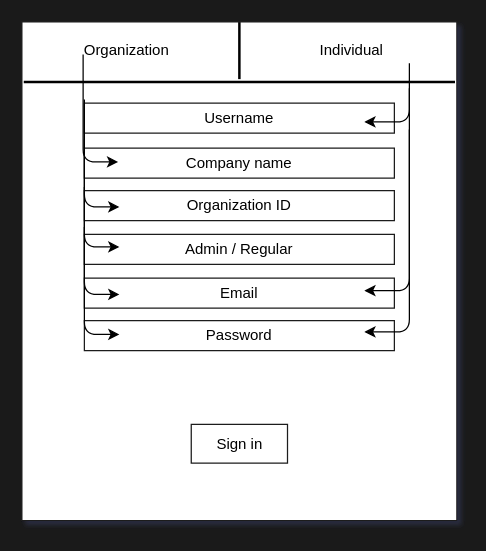
This is page "Sign in" (2 of 5) of app.drawio from StoilTomanov/task-manager, a draw.io file, before an edit. Source tidied: cells renumbered, new cells numbered last; positions are measured from the earlier drawing's top-left corner, leaving out a move shared by most shapes. Both pictures are drawn from the tidied source at 125%, with x=0, y=0 at pixel (21, 21).
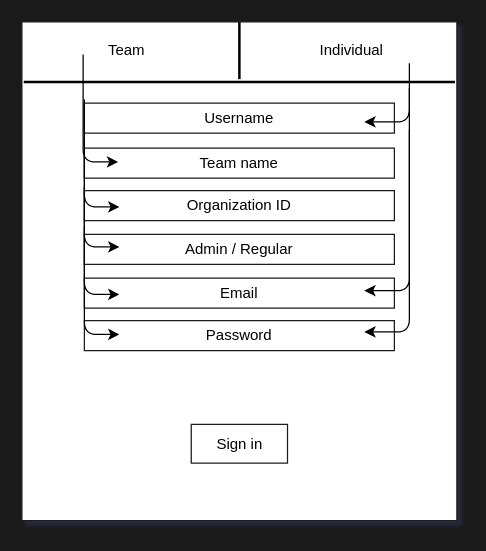
Above is the later version.

What changed in the source:
```diff
@@
-    <mxCell id="5" value="Organization" style="text;html=1;strokeColor=none;fillColor=none;align=center;verticalAlign=middle;whiteSpace=wrap;" parent="1" vertex="1">
+    <mxCell id="5" value="Team" style="text;html=1;strokeColor=none;fillColor=none;align=center;verticalAlign=middle;whiteSpace=wrap;" parent="1" vertex="1">
       <mxGeometry x="38" y="13" width="92" height="20" as="geometry" />
     </mxCell>
@@
-    <mxCell id="8" value="Company name" style="whiteSpace=wrap;html=1;strokeColor=#1A1A1A;" parent="1" vertex="1">
+    <mxCell id="8" value="Team name" style="whiteSpace=wrap;html=1;strokeColor=#1A1A1A;" parent="1" vertex="1">
       <mxGeometry x="50" y="101" width="248" height="24" as="geometry" />
     </mxCell>
```
